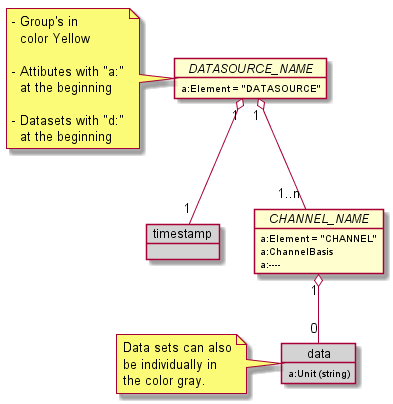
Above: images/generated/RCM_DX_diagram_example.png in OpenRailAssociation/rcm-dx (PlantUML), before the change.
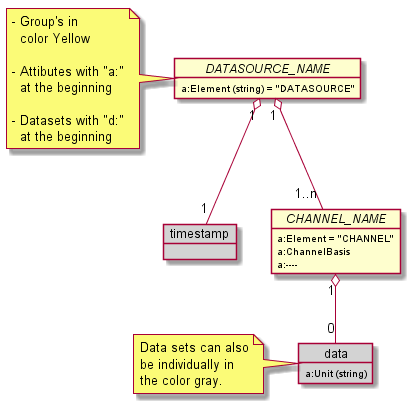
Later version of the same file.

Diff of the diagram source:
```diff
@@ -1,7 +1,7 @@
 @startuml RCM_DX_diagram_example
 
   object "//DATASOURCE_NAME//" as DATASOURCE {
-    a:Element = "DATASOURCE"
+    a:Element (string) = "DATASOURCE"
   }
   note left
     - Group's in
```
